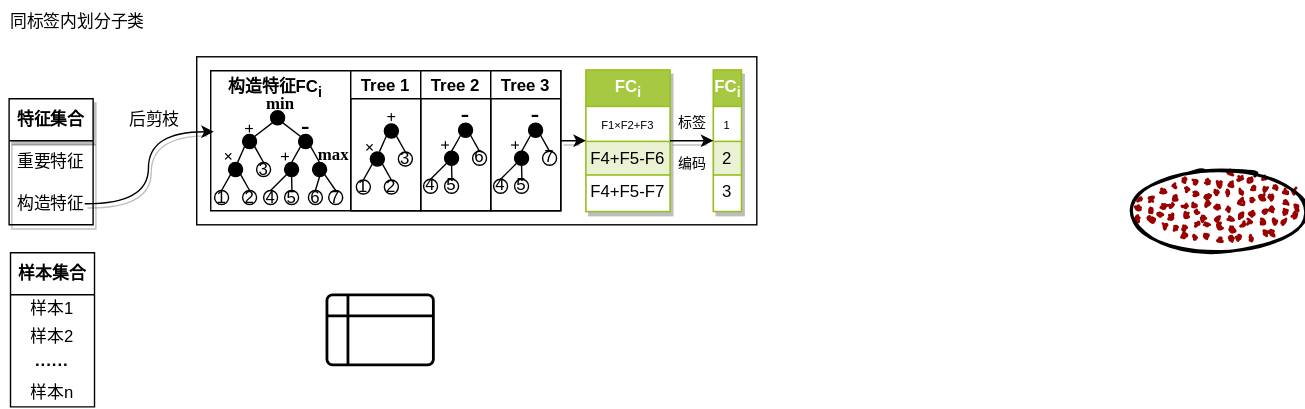
The draw.io diagram 语义解释SVG/Fi语义解释.svg in ckj0814/app-diagrams-net, before a commit. Source tidied: cells renumbered, new cells last; positions are measured from the earlier drawing's top-left corner, leaving out a move shared by most shapes.
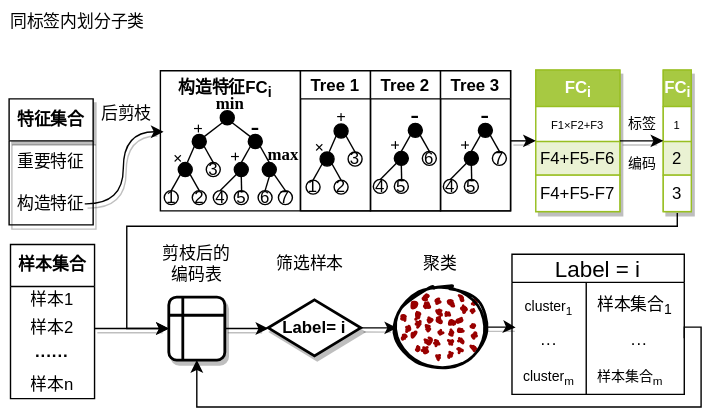
Above is the later version.

Commit message:
更新Fi语义解释.svg

The edit, as a diff of the source:
```diff
@@ -2,11 +2,8 @@
   <root>
     <mxCell id="0" />
     <mxCell id="1" parent="0" />
-    <mxCell id="2" style="rounded=0;whiteSpace=wrap;html=1;" parent="1" vertex="1">
-      <mxGeometry x="140" y="40" width="400" height="120" as="geometry" />
-    </mxCell>
     <mxCell id="3" value="特征集合" style="swimlane;fontStyle=1;horizontal=1;startSize=30;whiteSpace=wrap;html=1;shadow=1;" parent="1" vertex="1">
-      <mxGeometry x="6" y="70" width="60" height="90" as="geometry" />
+      <mxGeometry x="42" y="70" width="60" height="90" as="geometry" />
     </mxCell>
     <mxCell id="4" value="重要特征" style="text;strokeColor=none;fillColor=none;align=left;verticalAlign=middle;spacingLeft=4;spacingRight=4;overflow=hidden;whiteSpace=wrap;html=1;" parent="3" vertex="1">
       <mxGeometry y="30" width="60" height="30" as="geometry" />
@@ -15,7 +12,7 @@
       <mxGeometry y="60" width="60" height="30" as="geometry" />
     </mxCell>
     <mxCell id="6" value="样本集合" style="swimlane;fontStyle=1;horizontal=1;startSize=30;whiteSpace=wrap;html=1;" parent="1" vertex="1">
-      <mxGeometry x="7" y="180" width="60" height="110" as="geometry" />
+      <mxGeometry x="43" y="174" width="60" height="110" as="geometry" />
     </mxCell>
     <mxCell id="7" value="样本1" style="text;strokeColor=none;fillColor=none;align=center;verticalAlign=middle;spacingLeft=4;spacingRight=4;overflow=hidden;whiteSpace=wrap;html=1;" parent="6" vertex="1">
       <mxGeometry y="30" width="60" height="20" as="geometry" />
@@ -29,14 +26,17 @@
     <mxCell id="10" value="样本n" style="text;strokeColor=none;fillColor=none;align=center;verticalAlign=middle;spacingLeft=4;spacingRight=4;overflow=hidden;whiteSpace=wrap;html=1;" parent="6" vertex="1">
       <mxGeometry y="90" width="60" height="20" as="geometry" />
     </mxCell>
+    <mxCell id="110" style="edgeStyle=orthogonalEdgeStyle;rounded=0;jettySize=auto;html=1;entryX=0.021;entryY=0.11;entryDx=0;entryDy=0;entryPerimeter=0;shadow=1;" parent="1" edge="1" source="11" target="121">
+      <mxGeometry relative="1" as="geometry" />
+    </mxCell>
     <mxCell id="11" style="ellipse;whiteSpace=wrap;html=1;strokeWidth=2;fillWeight=2;hachureGap=8;fillColor=#990000;fillStyle=dots;sketch=1;" parent="1" vertex="1">
-      <mxGeometry x="810" y="120" width="120" height="60" as="geometry" />
+      <mxGeometry x="319" y="203" width="62" height="60" as="geometry" />
     </mxCell>
     <mxCell id="12" value="同标签内划分子类" style="text;html=1;strokeColor=none;fillColor=none;align=center;verticalAlign=middle;whiteSpace=wrap;rounded=0;" parent="1" vertex="1">
-      <mxGeometry width="110" height="30" as="geometry" />
+      <mxGeometry x="36" width="110" height="30" as="geometry" />
     </mxCell>
     <mxCell id="13" value="后剪枝" style="text;html=1;strokeColor=none;fillColor=none;align=center;verticalAlign=middle;whiteSpace=wrap;rounded=0;shadow=0;" parent="1" vertex="1">
-      <mxGeometry x="80" y="70" width="60" height="30" as="geometry" />
+      <mxGeometry x="96" y="66" width="60" height="30" as="geometry" />
     </mxCell>
     <mxCell id="14" value="&lt;font style=&quot;&quot;&gt;&lt;font style=&quot;font-size: 10px;&quot;&gt;标签&lt;/font&gt;&lt;br&gt;&lt;br&gt;&lt;font size=&quot;1&quot;&gt;编码&lt;/font&gt;&lt;/font&gt;" style="text;html=1;strokeColor=none;fillColor=none;align=center;verticalAlign=middle;whiteSpace=wrap;rounded=0;" parent="1" vertex="1">
       <mxGeometry x="464" y="86" width="60" height="30" as="geometry" />
@@ -294,12 +294,20 @@
     </mxCell>
     <mxCell id="98" style="endArrow=classic;html=1;rounded=0;entryX=0.009;entryY=0.435;entryDx=0;entryDy=0;edgeStyle=orthogonalEdgeStyle;entryPerimeter=0;curved=1;shadow=1;" parent="1" edge="1" target="24">
       <mxGeometry relative="1" as="geometry">
-        <mxPoint x="60" y="145" as="sourcePoint" />
+        <mxPoint x="96" y="145" as="sourcePoint" />
       </mxGeometry>
     </mxCell>
-    <mxCell id="99" style="shape=internalStorage;whiteSpace=wrap;html=1;dx=15;dy=15;rounded=1;arcSize=8;strokeWidth=2;" parent="1" vertex="1">
-      <mxGeometry x="233" y="210" width="76" height="50" as="geometry" />
-    </mxCell>
+    <mxCell id="111" style="edgeStyle=orthogonalEdgeStyle;rounded=0;orthogonalLoop=1;jettySize=auto;html=1;exitX=0.5;exitY=1;exitDx=0;exitDy=0;entryX=0;entryY=0.5;entryDx=0;entryDy=0;" parent="1" edge="1">
+      <mxGeometry relative="1" as="geometry">
+        <mxPoint x="519" y="151.5" as="sourcePoint" />
+        <mxPoint x="156" y="234" as="targetPoint" />
+        <Array as="points">
+          <mxPoint x="519" y="161" />
+          <mxPoint x="126" y="161" />
+          <mxPoint x="126" y="234" />
+        </Array>
+      </mxGeometry>
+    </mxCell>
     <mxCell id="100" style="strokeColor=#98bf21;fillColor=#A7C942;shadow=1;" parent="1" vertex="1">
       <mxGeometry x="509" y="49.5" width="20" height="101" as="geometry" />
     </mxCell>
@@ -330,5 +338,69 @@
     <mxCell id="109" style="edgeStyle=orthogonalEdgeStyle;rounded=0;jettySize=auto;html=1;shadow=1;" parent="1" edge="1" source="15" target="100">
       <mxGeometry relative="1" as="geometry" />
     </mxCell>
+    <mxCell id="112" style="edgeStyle=orthogonalEdgeStyle;rounded=0;jettySize=auto;html=1;exitX=1;exitY=0.5;exitDx=0;exitDy=0;curved=1;shadow=1;entryX=0;entryY=0.5;entryDx=0;entryDy=0;entryPerimeter=0;" parent="1" edge="1" source="129" target="128">
+      <mxGeometry relative="1" as="geometry" />
+    </mxCell>
+    <mxCell id="113" value="聚类" style="text;html=1;strokeColor=none;fillColor=none;align=center;verticalAlign=middle;whiteSpace=wrap;rounded=0;shadow=0;" parent="1" vertex="1">
+      <mxGeometry x="320" y="173" width="60" height="30" as="geometry" />
+    </mxCell>
+    <mxCell id="114" style="edgeStyle=orthogonalEdgeStyle;rounded=0;jettySize=auto;html=1;entryX=0;entryY=0.5;entryDx=0;entryDy=0;curved=1;shadow=1;exitX=1;exitY=0.5;exitDx=0;exitDy=0;exitPerimeter=0;" parent="1" edge="1" source="128" target="11">
+      <mxGeometry relative="1" as="geometry" />
+    </mxCell>
+    <mxCell id="115" style="edgeStyle=orthogonalEdgeStyle;rounded=0;jettySize=auto;html=1;exitX=1;exitY=0.5;exitDx=0;exitDy=0;shadow=1;entryX=0;entryY=0.5;entryDx=0;entryDy=0;" parent="1" edge="1" source="8" target="129">
+      <mxGeometry relative="1" as="geometry" />
+    </mxCell>
+    <mxCell id="116" style="edgeStyle=orthogonalEdgeStyle;rounded=0;jettySize=auto;html=1;entryX=0.5;entryY=1;entryDx=0;entryDy=0;exitX=1;exitY=0.5;exitDx=0;exitDy=0;" parent="1" edge="1" source="121" target="129">
+      <mxGeometry relative="1" as="geometry">
+        <Array as="points">
+          <mxPoint x="524" y="233" />
+          <mxPoint x="536" y="233" />
+          <mxPoint x="536" y="290" />
+          <mxPoint x="176" y="290" />
+        </Array>
+      </mxGeometry>
+    </mxCell>
+    <mxCell id="117" value="Label = i" style="shape=table;startSize=20;rowLines=0;fontStyle=0;strokeColor=default;fontSize=16;shadow=0;" parent="1" vertex="1">
+      <mxGeometry x="401" y="181" width="123" height="100" as="geometry" />
+    </mxCell>
+    <mxCell id="118" style="shape=tableRow;horizontal=0;startSize=0;swimlaneHead=0;swimlaneBody=0;top=0;left=0;bottom=0;right=0;fillColor=none;strokeColor=inherit;fontSize=16;" parent="117" vertex="1">
+      <mxGeometry y="20" width="123" height="30" as="geometry" />
+    </mxCell>
+    <mxCell id="119" value="&lt;font style=&quot;font-size: 10px;&quot;&gt;cluster&lt;sub style=&quot;&quot;&gt;1&lt;/sub&gt;&lt;/font&gt;" style="shape=partialRectangle;html=1;whiteSpace=wrap;fillColor=none;top=0;left=0;bottom=0;right=0;overflow=hidden;strokeColor=inherit;fontSize=16;" parent="118" vertex="1">
+      <mxGeometry width="53" height="30" as="geometry" />
+    </mxCell>
+    <mxCell id="120" value="&lt;font style=&quot;font-size: 12px;&quot;&gt;样本集合&lt;sub&gt;1&lt;/sub&gt;&lt;/font&gt;" style="shape=partialRectangle;html=1;whiteSpace=wrap;fillColor=none;top=0;left=0;bottom=0;right=0;align=left;spacingLeft=6;overflow=hidden;strokeColor=inherit;fontSize=16;" parent="118" vertex="1">
+      <mxGeometry x="53" width="70" height="30" as="geometry" />
+    </mxCell>
+    <mxCell id="121" style="shape=tableRow;horizontal=0;startSize=0;swimlaneHead=0;swimlaneBody=0;top=0;left=0;bottom=0;right=0;fillColor=none;points=[[0,0.5],[1,0.5]];portConstraint=eastwest;strokeColor=inherit;fontSize=16;" parent="117" vertex="1">
+      <mxGeometry y="50" width="123" height="20" as="geometry" />
+    </mxCell>
+    <mxCell id="122" value="&lt;font style=&quot;font-size: 12px;&quot;&gt;···&lt;/font&gt;" style="shape=partialRectangle;html=1;whiteSpace=wrap;fillColor=none;top=0;left=0;bottom=0;right=0;overflow=hidden;strokeColor=inherit;fontSize=16;" parent="121" vertex="1">
+      <mxGeometry width="53" height="20" as="geometry" />
+    </mxCell>
+    <mxCell id="123" value="&lt;font style=&quot;font-size: 12px;&quot;&gt;···&lt;/font&gt;" style="shape=partialRectangle;html=1;whiteSpace=wrap;fillColor=none;top=0;left=0;bottom=0;right=0;align=center;spacingLeft=6;overflow=hidden;strokeColor=inherit;fontSize=16;" parent="121" vertex="1">
+      <mxGeometry x="53" width="70" height="20" as="geometry" />
+    </mxCell>
+    <mxCell id="124" style="shape=tableRow;horizontal=0;startSize=0;swimlaneHead=0;swimlaneBody=0;top=0;left=0;bottom=0;right=0;fillColor=none;strokeColor=inherit;fontSize=16;" parent="117" vertex="1">
+      <mxGeometry y="70" width="123" height="30" as="geometry" />
+    </mxCell>
+    <mxCell id="125" value="&lt;font style=&quot;font-size: 10px;&quot;&gt;cluster&lt;sub style=&quot;&quot;&gt;m&lt;/sub&gt;&lt;/font&gt;" style="shape=partialRectangle;html=1;whiteSpace=wrap;fillColor=none;top=0;left=0;bottom=0;right=0;overflow=hidden;strokeColor=inherit;fontSize=16;" parent="124" vertex="1">
+      <mxGeometry width="53" height="30" as="geometry" />
+    </mxCell>
+    <mxCell id="126" value="&lt;font style=&quot;font-size: 10px;&quot;&gt;样本集合&lt;sub style=&quot;&quot;&gt;m&lt;/sub&gt;&lt;/font&gt;" style="shape=partialRectangle;html=1;whiteSpace=wrap;fillColor=none;top=0;left=0;bottom=0;right=0;align=left;spacingLeft=6;overflow=hidden;strokeColor=inherit;fontSize=16;" parent="124" vertex="1">
+      <mxGeometry x="53" width="70" height="30" as="geometry" />
+    </mxCell>
+    <mxCell id="127" value="筛选样本" style="text;html=1;strokeColor=none;fillColor=none;align=center;verticalAlign=middle;whiteSpace=wrap;rounded=0;shadow=0;" parent="1" vertex="1">
+      <mxGeometry x="227" y="173" width="60" height="30" as="geometry" />
+    </mxCell>
+    <mxCell id="128" value="&lt;b&gt;Label= i&lt;br&gt;&lt;/b&gt;" style="strokeWidth=2;html=1;shape=mxgraph.flowchart.decision;whiteSpace=wrap;shadow=1;" parent="1" vertex="1">
+      <mxGeometry x="227" y="213.5" width="66" height="40" as="geometry" />
+    </mxCell>
+    <mxCell id="129" style="shape=internalStorage;whiteSpace=wrap;html=1;dx=10;dy=13;rounded=1;arcSize=14;strokeWidth=2;shadow=1;" parent="1" vertex="1">
+      <mxGeometry x="156" y="211.5" width="40" height="45" as="geometry" />
+    </mxCell>
+    <mxCell id="130" value="剪枝后的&lt;br&gt;编码表" style="text;html=1;strokeColor=none;fillColor=none;align=center;verticalAlign=middle;whiteSpace=wrap;rounded=0;shadow=0;" parent="1" vertex="1">
+      <mxGeometry x="146" y="173" width="60" height="30" as="geometry" />
+    </mxCell>
   </root>
 </mxGraphModel>
```
